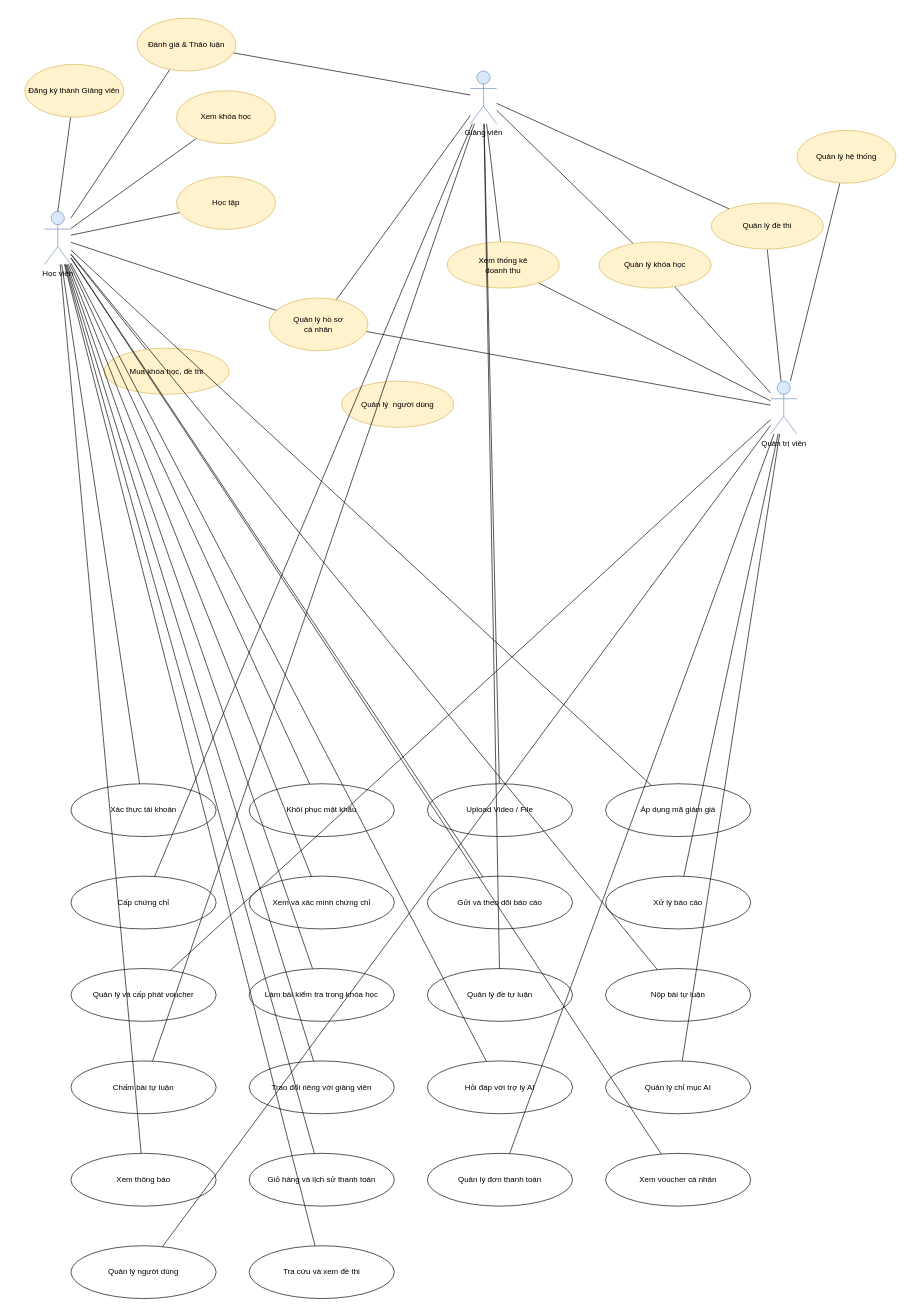
This is BusinessDescription/Edumy_Business_UseCase.drawio from EdumyVietNam/bussiness-diagram, a draw.io file, before an edit. Source tidied: cells renumbered, new cells numbered last; positions are measured from the earlier drawing's top-left corner, leaving out a move shared by most shapes. Both pictures are drawn from the tidied source at 66%, with x=0, y=0 at pixel (24, 18).
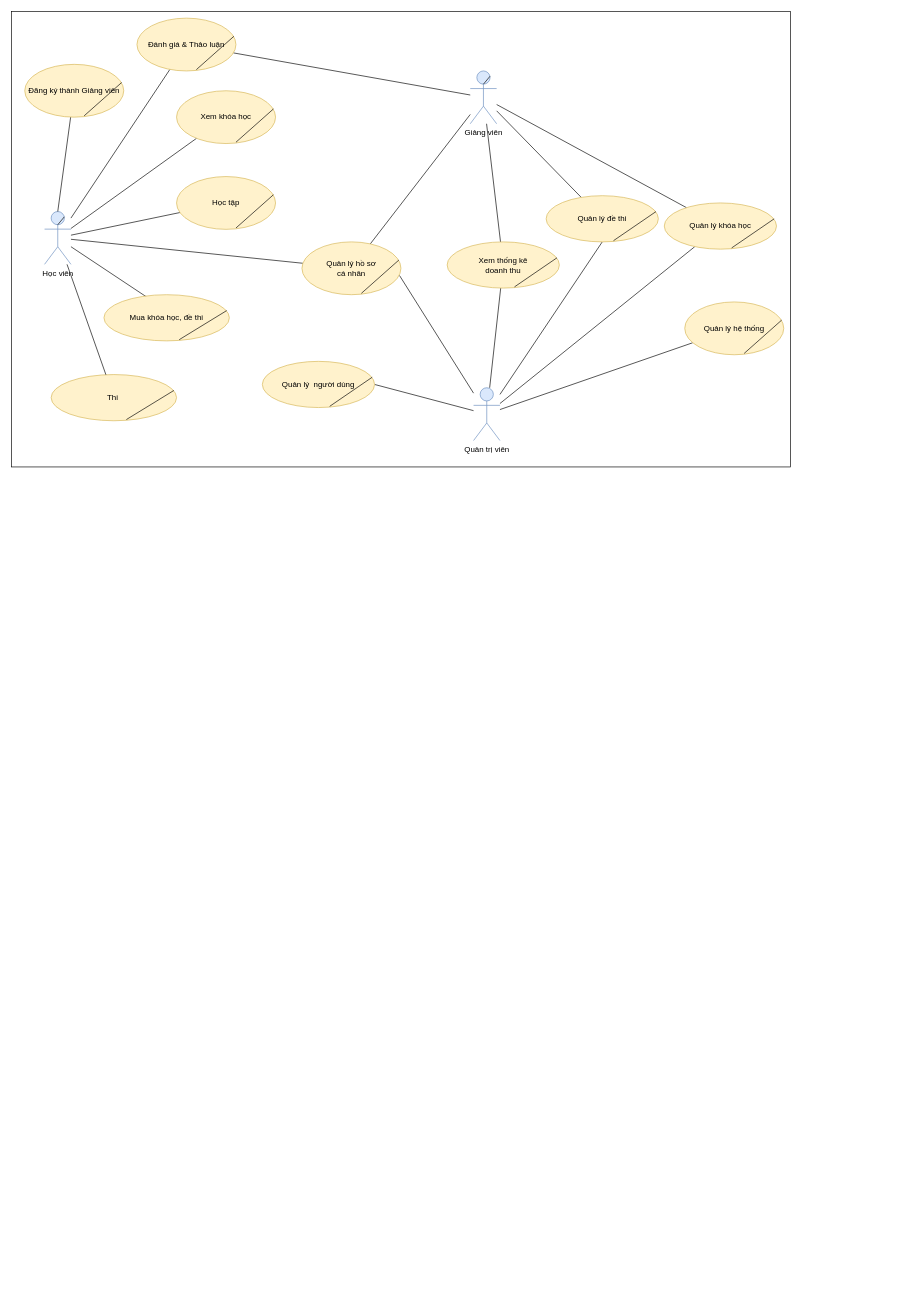
After the change.

The change refers to these unchanged cells:
```xml
<mxCell id="2" value="Học viên" style="shape=umlActor;verticalLabelPosition=bottom;verticalAlign=top;html=1;outlineConnect=0;fillColor=#dae8fc;strokeColor=#6c8ebf;" parent="1" vertex="1">
  <mxGeometry x="30" y="293" width="40" height="80" as="geometry" />
</mxCell>
<mxCell id="3" value="Giảng viên" style="shape=umlActor;verticalLabelPosition=bottom;verticalAlign=top;html=1;outlineConnect=0;fillColor=#dae8fc;strokeColor=#6c8ebf;" parent="1" vertex="1">
  <mxGeometry x="675" y="80" width="40" height="80" as="geometry" />
</mxCell>
<mxCell id="21" style="group;" parent="1" vertex="1">
  <mxGeometry y="70" width="150" height="80" as="geometry" />
</mxCell>
<mxCell id="22" value="Đăng ký thành Giảng viên" style="ellipse;whiteSpace=wrap;html=1;fillColor=#fff2cc;strokeColor=#d6b656;" parent="21" vertex="1">
  <mxGeometry width="150" height="80" as="geometry" />
</mxCell>
<mxCell id="23" style="group;" parent="1" vertex="1">
  <mxGeometry x="170" width="150" height="80" as="geometry" />
</mxCell>
<mxCell id="24" value="&lt;span style=&quot;color: rgb(0, 0, 0);&quot;&gt;Đánh giá &amp;amp; Thảo luận&lt;/span&gt;" style="ellipse;whiteSpace=wrap;html=1;fillColor=#fff2cc;strokeColor=#d6b656;" parent="23" vertex="1">
  <mxGeometry width="150" height="80" as="geometry" />
</mxCell>
<mxCell id="25" style="group;" parent="1" vertex="1">
  <mxGeometry x="230" y="110" width="150" height="80" as="geometry" />
</mxCell>
<mxCell id="26" value="&lt;span style=&quot;color: rgb(0, 0, 0);&quot;&gt;Xem khóa học&lt;/span&gt;" style="ellipse;whiteSpace=wrap;html=1;fillColor=#fff2cc;strokeColor=#d6b656;" parent="25" vertex="1">
  <mxGeometry width="150" height="80" as="geometry" />
</mxCell>
<mxCell id="27" style="group;" parent="1" vertex="1">
  <mxGeometry x="230" y="240" width="150" height="80" as="geometry" />
</mxCell>
<mxCell id="28" value="&lt;span style=&quot;color: rgb(0, 0, 0);&quot;&gt;Học tập&lt;/span&gt;" style="ellipse;whiteSpace=wrap;html=1;fillColor=#fff2cc;strokeColor=#d6b656;" parent="27" vertex="1">
  <mxGeometry width="150" height="80" as="geometry" />
</mxCell>
<mxCell id="30" value="&lt;span style=&quot;color: rgb(0, 0, 0);&quot;&gt;Mua khóa học, đề thi&lt;/span&gt;" style="ellipse;whiteSpace=wrap;html=1;fillColor=#fff2cc;strokeColor=#d6b656;" parent="29" vertex="1">
  <mxGeometry width="190" height="70" as="geometry" />
</mxCell>
<mxCell id="32" value="&lt;span style=&quot;color: rgb(0, 0, 0);&quot;&gt;Quản lý hồ sơ&lt;br&gt;cá nhân&lt;/span&gt;" style="ellipse;whiteSpace=wrap;html=1;fillColor=#fff2cc;strokeColor=#d6b656;" parent="31" vertex="1">
  <mxGeometry width="150" height="80" as="geometry" />
</mxCell>
<mxCell id="34" value="Quản lý hệ thống" style="ellipse;whiteSpace=wrap;html=1;fillColor=#fff2cc;strokeColor=#d6b656;" parent="33" vertex="1">
  <mxGeometry width="150" height="80" as="geometry" />
</mxCell>
<mxCell id="36" value="&lt;span style=&quot;color: rgb(0, 0, 0);&quot;&gt;Quản lý&amp;nbsp; người dùng&lt;/span&gt;" style="ellipse;whiteSpace=wrap;html=1;fillColor=#fff2cc;strokeColor=#d6b656;" parent="35" vertex="1">
  <mxGeometry width="170" height="70" as="geometry" />
</mxCell>
<mxCell id="37" style="group;" parent="1" vertex="1">
  <mxGeometry x="640" y="339" width="170" height="70" as="geometry" />
</mxCell>
<mxCell id="38" value="&lt;span style=&quot;color: rgb(0, 0, 0);&quot;&gt;Xem thống kê&lt;br&gt;doanh thu&lt;/span&gt;" style="ellipse;whiteSpace=wrap;html=1;fillColor=#fff2cc;strokeColor=#d6b656;" parent="37" vertex="1">
  <mxGeometry width="170" height="70" as="geometry" />
</mxCell>
<mxCell id="40" value="&lt;span style=&quot;color: rgb(0, 0, 0);&quot;&gt;Quản lý khóa học&lt;/span&gt;" style="ellipse;whiteSpace=wrap;html=1;fillColor=#fff2cc;strokeColor=#d6b656;" parent="39" vertex="1">
  <mxGeometry width="170" height="70" as="geometry" />
</mxCell>
<mxCell id="42" value="&lt;span style=&quot;color: rgb(0, 0, 0);&quot;&gt;Quản lý đề thi&lt;/span&gt;" style="ellipse;whiteSpace=wrap;html=1;fillColor=#fff2cc;strokeColor=#d6b656;" parent="41" vertex="1">
  <mxGeometry width="170" height="70" as="geometry" />
</mxCell>
```

Change to the diagram source:
```diff
@@
+    <mxCell id="87" style="rounded=0;whiteSpace=wrap;html=1;" parent="1" vertex="1">
+      <mxGeometry x="-20" y="-10" width="1180" height="690" as="geometry" />
+    </mxCell>
@@
     <mxCell id="4" value="Quản trị viên" style="shape=umlActor;verticalLabelPosition=bottom;verticalAlign=top;html=1;outlineConnect=0;fillColor=#dae8fc;strokeColor=#6c8ebf;" parent="1" vertex="1">
-      <mxGeometry x="1130" y="550" width="40" height="80" as="geometry" />
+      <mxGeometry x="680" y="560" width="40" height="80" as="geometry" />
     </mxCell>
@@
+    <mxCell id="88" style="endArrow=none;html=1;rounded=0;strokeColor=#000000;entryX=1;entryY=0.5;entryDx=0;entryDy=0;" parent="1" edge="1" source="4" target="36">
+      <mxGeometry relative="1" as="geometry" />
+    </mxCell>
@@
+    <mxCell id="89" style="endArrow=none;html=1;entryX=0.75;entryY=0.1;entryDx=0;entryDy=0;entryPerimeter=0;" parent="1" edge="1" target="2">
+      <mxGeometry relative="1" as="geometry">
+        <mxPoint x="50" y="313" as="sourcePoint" />
+      </mxGeometry>
+    </mxCell>
@@
+    <mxCell id="90" style="endArrow=none;html=1;entryX=0.979;entryY=0.344;entryDx=0;entryDy=0;entryPerimeter=0;" parent="21" edge="1" target="22">
+      <mxGeometry relative="1" as="geometry">
+        <mxPoint x="90" y="78" as="sourcePoint" />
+      </mxGeometry>
+    </mxCell>
@@
+    <mxCell id="91" style="endArrow=none;html=1;entryX=0.979;entryY=0.344;entryDx=0;entryDy=0;entryPerimeter=0;" parent="23" edge="1" target="24">
+      <mxGeometry relative="1" as="geometry">
+        <mxPoint x="90" y="78" as="sourcePoint" />
+      </mxGeometry>
+    </mxCell>
@@
+    <mxCell id="92" style="endArrow=none;html=1;entryX=0.979;entryY=0.344;entryDx=0;entryDy=0;entryPerimeter=0;" parent="25" edge="1" target="26">
+      <mxGeometry relative="1" as="geometry">
+        <mxPoint x="90" y="78" as="sourcePoint" />
+      </mxGeometry>
+    </mxCell>
@@
+    <mxCell id="93" style="endArrow=none;html=1;entryX=0.979;entryY=0.344;entryDx=0;entryDy=0;entryPerimeter=0;" parent="27" edge="1" target="28">
+      <mxGeometry relative="1" as="geometry">
+        <mxPoint x="90" y="78" as="sourcePoint" />
+      </mxGeometry>
+    </mxCell>
     <mxCell id="29" style="group;" parent="1" vertex="1">
-      <mxGeometry x="120" y="500" width="190" height="70" as="geometry" />
+      <mxGeometry x="120" y="419" width="190" height="70" as="geometry" />
     </mxCell>
@@
+    <mxCell id="94" style="endArrow=none;html=1;entryX=0.979;entryY=0.344;entryDx=0;entryDy=0;entryPerimeter=0;" parent="29" edge="1" target="30">
+      <mxGeometry relative="1" as="geometry">
+        <mxPoint x="114" y="68.2" as="sourcePoint" />
+      </mxGeometry>
+    </mxCell>
     <mxCell id="31" style="group;" parent="1" vertex="1">
-      <mxGeometry x="370" y="424" width="150" height="80" as="geometry" />
+      <mxGeometry x="420" y="339" width="150" height="80" as="geometry" />
     </mxCell>
@@
+    <mxCell id="95" style="endArrow=none;html=1;entryX=0.979;entryY=0.344;entryDx=0;entryDy=0;entryPerimeter=0;" parent="31" edge="1" target="32">
+      <mxGeometry relative="1" as="geometry">
+        <mxPoint x="90" y="78" as="sourcePoint" />
+      </mxGeometry>
+    </mxCell>
     <mxCell id="33" style="group;" parent="1" vertex="1">
-      <mxGeometry x="1170" y="170" width="150" height="80" as="geometry" />
+      <mxGeometry x="1000" y="430" width="150" height="80" as="geometry" />
     </mxCell>
@@
+    <mxCell id="96" style="endArrow=none;html=1;entryX=0.979;entryY=0.344;entryDx=0;entryDy=0;entryPerimeter=0;" parent="33" edge="1" target="34">
+      <mxGeometry relative="1" as="geometry">
+        <mxPoint x="90" y="78" as="sourcePoint" />
+      </mxGeometry>
+    </mxCell>
     <mxCell id="35" style="group;" parent="1" vertex="1">
-      <mxGeometry x="480" y="550" width="170" height="70" as="geometry" />
+      <mxGeometry x="360" y="520" width="170" height="70" as="geometry" />
     </mxCell>
@@
+    <mxCell id="97" style="endArrow=none;html=1;entryX=0.979;entryY=0.344;entryDx=0;entryDy=0;entryPerimeter=0;" parent="35" edge="1" target="36">
+      <mxGeometry relative="1" as="geometry">
+        <mxPoint x="102" y="68.2" as="sourcePoint" />
+      </mxGeometry>
+    </mxCell>
@@
+    <mxCell id="98" style="endArrow=none;html=1;entryX=0.979;entryY=0.344;entryDx=0;entryDy=0;entryPerimeter=0;" parent="37" edge="1" target="38">
+      <mxGeometry relative="1" as="geometry">
+        <mxPoint x="102" y="68.2" as="sourcePoint" />
+      </mxGeometry>
+    </mxCell>
     <mxCell id="39" style="group;" parent="1" vertex="1">
-      <mxGeometry x="870" y="339" width="170" height="70" as="geometry" />
+      <mxGeometry x="969" y="280" width="170" height="70" as="geometry" />
     </mxCell>
@@
+    <mxCell id="99" style="endArrow=none;html=1;entryX=0.979;entryY=0.344;entryDx=0;entryDy=0;entryPerimeter=0;" parent="39" edge="1" target="40">
+      <mxGeometry relative="1" as="geometry">
+        <mxPoint x="102" y="68.2" as="sourcePoint" />
+      </mxGeometry>
+    </mxCell>
     <mxCell id="41" style="group;" parent="1" vertex="1">
-      <mxGeometry x="1040" y="280" width="170" height="70" as="geometry" />
+      <mxGeometry x="790" y="269" width="170" height="70" as="geometry" />
     </mxCell>
@@
-    <mxCell id="43" value="Xác thực tài khoản" style="ellipse;whiteSpace=wrap;html=1;" parent="1" vertex="1">
-      <mxGeometry x="70" y="1160" width="220" height="80" as="geometry" />
-    </mxCell>
-    <mxCell id="44" style="endArrow=none;html=1;" parent="1" edge="1" source="2" target="43">
-      <mxGeometry relative="1" as="geometry" />
-    </mxCell>
-    <mxCell id="45" value="Khôi phục mật khẩu" style="ellipse;whiteSpace=wrap;html=1;" parent="1" vertex="1">
-      <mxGeometry x="340" y="1160" width="220" height="80" as="geometry" />
-    </mxCell>
-    <mxCell id="46" style="endArrow=none;html=1;" parent="1" edge="1" source="2" target="45">
-      <mxGeometry relative="1" as="geometry" />
-    </mxCell>
-    <mxCell id="47" value="Upload Video / File" style="ellipse;whiteSpace=wrap;html=1;" parent="1" vertex="1">
-      <mxGeometry x="610" y="1160" width="220" height="80" as="geometry" />
-    </mxCell>
-    <mxCell id="48" style="endArrow=none;html=1;" parent="1" edge="1" source="3" target="47">
-      <mxGeometry relative="1" as="geometry" />
-    </mxCell>
-    <mxCell id="49" value="Áp dụng mã giảm giá" style="ellipse;whiteSpace=wrap;html=1;" parent="1" vertex="1">
-      <mxGeometry x="880" y="1160" width="220" height="80" as="geometry" />
-    </mxCell>
-    <mxCell id="50" style="endArrow=none;html=1;" parent="1" edge="1" source="2" target="49">
-      <mxGeometry relative="1" as="geometry" />
-    </mxCell>
-    <mxCell id="51" value="Cấp chứng chỉ" style="ellipse;whiteSpace=wrap;html=1;" parent="1" vertex="1">
-      <mxGeometry x="70" y="1300" width="220" height="80" as="geometry" />
-    </mxCell>
-    <mxCell id="52" style="endArrow=none;html=1;" parent="1" edge="1" source="3" target="51">
-      <mxGeometry relative="1" as="geometry" />
-    </mxCell>
-    <mxCell id="53" value="Xem và xác minh chứng chỉ" style="ellipse;whiteSpace=wrap;html=1;" parent="1" vertex="1">
-      <mxGeometry x="340" y="1300" width="220" height="80" as="geometry" />
-    </mxCell>
-    <mxCell id="54" style="endArrow=none;html=1;" parent="1" edge="1" source="2" target="53">
-      <mxGeometry relative="1" as="geometry" />
-    </mxCell>
-    <mxCell id="55" value="Gửi và theo dõi báo cáo" style="ellipse;whiteSpace=wrap;html=1;" parent="1" vertex="1">
-      <mxGeometry x="610" y="1300" width="220" height="80" as="geometry" />
-    </mxCell>
-    <mxCell id="56" style="endArrow=none;html=1;" parent="1" edge="1" source="2" target="55">
-      <mxGeometry relative="1" as="geometry" />
-    </mxCell>
-    <mxCell id="57" value="Xử lý báo cáo" style="ellipse;whiteSpace=wrap;html=1;" parent="1" vertex="1">
-      <mxGeometry x="880" y="1300" width="220" height="80" as="geometry" />
-    </mxCell>
-    <mxCell id="58" style="endArrow=none;html=1;" parent="1" edge="1" source="4" target="57">
-      <mxGeometry relative="1" as="geometry" />
-    </mxCell>
-    <mxCell id="59" value="Quản lý và cấp phát voucher" style="ellipse;whiteSpace=wrap;html=1;" parent="1" vertex="1">
-      <mxGeometry x="70" y="1440" width="220" height="80" as="geometry" />
-    </mxCell>
-    <mxCell id="60" style="endArrow=none;html=1;" parent="1" edge="1" source="4" target="59">
-      <mxGeometry relative="1" as="geometry" />
-    </mxCell>
-    <mxCell id="61" value="Làm bài kiểm tra trong khóa học" style="ellipse;whiteSpace=wrap;html=1;" parent="1" vertex="1">
-      <mxGeometry x="340" y="1440" width="220" height="80" as="geometry" />
-    </mxCell>
-    <mxCell id="62" style="endArrow=none;html=1;" parent="1" edge="1" source="2" target="61">
-      <mxGeometry relative="1" as="geometry" />
-    </mxCell>
-    <mxCell id="63" value="Quản lý đề tự luận" style="ellipse;whiteSpace=wrap;html=1;" parent="1" vertex="1">
-      <mxGeometry x="610" y="1440" width="220" height="80" as="geometry" />
-    </mxCell>
-    <mxCell id="64" style="endArrow=none;html=1;" parent="1" edge="1" source="3" target="63">
-      <mxGeometry relative="1" as="geometry" />
-    </mxCell>
-    <mxCell id="65" value="Nộp bài tự luận" style="ellipse;whiteSpace=wrap;html=1;" parent="1" vertex="1">
-      <mxGeometry x="880" y="1440" width="220" height="80" as="geometry" />
-    </mxCell>
-    <mxCell id="66" style="endArrow=none;html=1;" parent="1" edge="1" source="2" target="65">
-      <mxGeometry relative="1" as="geometry" />
-    </mxCell>
-    <mxCell id="67" value="Chấm bài tự luận" style="ellipse;whiteSpace=wrap;html=1;" parent="1" vertex="1">
-      <mxGeometry x="70" y="1580" width="220" height="80" as="geometry" />
-    </mxCell>
-    <mxCell id="68" style="endArrow=none;html=1;" parent="1" edge="1" source="3" target="67">
-      <mxGeometry relative="1" as="geometry" />
-    </mxCell>
-    <mxCell id="69" value="Trao đổi riêng với giảng viên" style="ellipse;whiteSpace=wrap;html=1;" parent="1" vertex="1">
-      <mxGeometry x="340" y="1580" width="220" height="80" as="geometry" />
-    </mxCell>
-    <mxCell id="70" style="endArrow=none;html=1;" parent="1" edge="1" source="2" target="69">
-      <mxGeometry relative="1" as="geometry" />
-    </mxCell>
-    <mxCell id="71" value="Hỏi đáp với trợ lý AI" style="ellipse;whiteSpace=wrap;html=1;" parent="1" vertex="1">
-      <mxGeometry x="610" y="1580" width="220" height="80" as="geometry" />
-    </mxCell>
-    <mxCell id="72" style="endArrow=none;html=1;" parent="1" edge="1" source="2" target="71">
-      <mxGeometry relative="1" as="geometry" />
-    </mxCell>
-    <mxCell id="73" value="Quản lý chỉ mục AI" style="ellipse;whiteSpace=wrap;html=1;" parent="1" vertex="1">
-      <mxGeometry x="880" y="1580" width="220" height="80" as="geometry" />
-    </mxCell>
-    <mxCell id="74" style="endArrow=none;html=1;" parent="1" edge="1" source="4" target="73">
-      <mxGeometry relative="1" as="geometry" />
-    </mxCell>
-    <mxCell id="75" value="Xem thông báo" style="ellipse;whiteSpace=wrap;html=1;" parent="1" vertex="1">
-      <mxGeometry x="70" y="1720" width="220" height="80" as="geometry" />
-    </mxCell>
-    <mxCell id="76" style="endArrow=none;html=1;" parent="1" edge="1" source="2" target="75">
-      <mxGeometry relative="1" as="geometry" />
-    </mxCell>
-    <mxCell id="77" value="Giỏ hàng và lịch sử thanh toán" style="ellipse;whiteSpace=wrap;html=1;" parent="1" vertex="1">
-      <mxGeometry x="340" y="1720" width="220" height="80" as="geometry" />
-    </mxCell>
-    <mxCell id="78" style="endArrow=none;html=1;" parent="1" edge="1" source="2" target="77">
-      <mxGeometry relative="1" as="geometry" />
-    </mxCell>
-    <mxCell id="79" value="Quản lý đơn thanh toán" style="ellipse;whiteSpace=wrap;html=1;" parent="1" vertex="1">
-      <mxGeometry x="610" y="1720" width="220" height="80" as="geometry" />
-    </mxCell>
-    <mxCell id="80" style="endArrow=none;html=1;" parent="1" edge="1" source="4" target="79">
-      <mxGeometry relative="1" as="geometry" />
-    </mxCell>
-    <mxCell id="81" value="Xem voucher cá nhân" style="ellipse;whiteSpace=wrap;html=1;" parent="1" vertex="1">
-      <mxGeometry x="880" y="1720" width="220" height="80" as="geometry" />
-    </mxCell>
-    <mxCell id="82" style="endArrow=none;html=1;" parent="1" edge="1" source="2" target="81">
-      <mxGeometry relative="1" as="geometry" />
-    </mxCell>
-    <mxCell id="83" value="Quản lý người dùng" style="ellipse;whiteSpace=wrap;html=1;" parent="1" vertex="1">
-      <mxGeometry x="70" y="1860" width="220" height="80" as="geometry" />
-    </mxCell>
-    <mxCell id="84" style="endArrow=none;html=1;" parent="1" edge="1" source="4" target="83">
-      <mxGeometry relative="1" as="geometry" />
-    </mxCell>
-    <mxCell id="85" value="Tra cứu và xem đề thi" style="ellipse;whiteSpace=wrap;html=1;" parent="1" vertex="1">
-      <mxGeometry x="340" y="1860" width="220" height="80" as="geometry" />
-    </mxCell>
-    <mxCell id="86" style="endArrow=none;html=1;" parent="1" edge="1" source="2" target="85">
-      <mxGeometry relative="1" as="geometry" />
-    </mxCell>
+    <mxCell id="100" style="endArrow=none;html=1;entryX=0.979;entryY=0.344;entryDx=0;entryDy=0;entryPerimeter=0;" parent="41" edge="1" target="42">
+      <mxGeometry relative="1" as="geometry">
+        <mxPoint x="102" y="68.2" as="sourcePoint" />
+      </mxGeometry>
+    </mxCell>
+    <mxCell id="101" style="endArrow=none;html=1;entryX=0.75;entryY=0.1;entryDx=0;entryDy=0;entryPerimeter=0;" parent="1" edge="1" target="3">
+      <mxGeometry relative="1" as="geometry">
+        <mxPoint x="695" y="100" as="sourcePoint" />
+      </mxGeometry>
+    </mxCell>
+    <mxCell id="102" style="group;" parent="1" vertex="1">
+      <mxGeometry x="40" y="540" width="190" height="70" as="geometry" />
+    </mxCell>
+    <mxCell id="103" value="&lt;span style=&quot;color: rgb(0, 0, 0);&quot;&gt;Thi&amp;nbsp;&lt;/span&gt;" style="ellipse;whiteSpace=wrap;html=1;fillColor=#fff2cc;strokeColor=#d6b656;" parent="102" vertex="1">
+      <mxGeometry width="190" height="70" as="geometry" />
+    </mxCell>
+    <mxCell id="104" style="endArrow=none;html=1;entryX=0.979;entryY=0.344;entryDx=0;entryDy=0;entryPerimeter=0;" parent="102" edge="1" target="103">
+      <mxGeometry relative="1" as="geometry">
+        <mxPoint x="114" y="68.2" as="sourcePoint" />
+      </mxGeometry>
+    </mxCell>
+    <mxCell id="105" style="endArrow=none;html=1;" parent="1" edge="1" source="103" target="2">
+      <mxGeometry relative="1" as="geometry" />
+    </mxCell>
```
